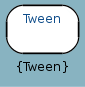
This is docs/uml/feffects_I.png from google-code-export/haxegui, a Graphviz export, as it was before one commit. Its source is kept beside it as docs/uml/feffects_I.dot.
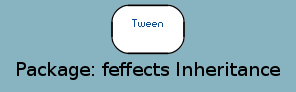
After the commit.

The edit, as a diff of the source:
```diff
@@ -1,9 +1,8 @@
 digraph uml {
-	graph [label="Package: feffects Inheritance", ratio=compress, rankdir=LR, size="24,12", overlap=false, fontname=Sans, fontsize=10, bgcolor="#88B3C1", fontcolor=black];
-	node [label="\N", fontname=Sans, fontsize=8, shape=record, color=black, fontcolor=black];
-	edge [fontname=Sans, fontsize=8, minlen=3, color=black, fontcolor=black];
-	graph [label="{Tween}",
-		lp="28,10",
-		bb="0,0,56,57"];
-	"feffects.Tween" [label="{Tween}", fontsize=10, fontcolor="#104E8B", style="rounded,filled", fillcolor=white, URL="../types/feffects/Tween.html", tooltip=Tween, portPos=e, pos="28,39", rects="1,21,55,57", width="0.75", height="0.50"];
+	graph [label="Package: feffects Inheritance", ratio=compress, rankdir=RL, smoothing=avg_dist, overlap=compress, packMode="graph", labelloc=c, fontname="DejaVu Sans Condenesed", fontsize=14, bgcolor="#88B3C1", fontcolor=black];
+	node [label="\N", style="rounded,filled", fillcolor="#96c288", fontcolor="#104E8B", fontname="FFF Harmony", fontsize=6, shape=record, color=black];
+	edge [fontname=Sans, fontsize=8, minlen="1.2", color=black, fontcolor=black];
+	graph [lp="107,12",
+		bb="0,0,214,61"];
+	"feffects.Tween" [label="{\nTween}", fillcolor=white, URL="../types/feffects/Tween.html", tooltip="\nTween", portPos=w, pos="107,43", rects="80,25,134,61", width="0.75", height="0.50"];
 }
```
